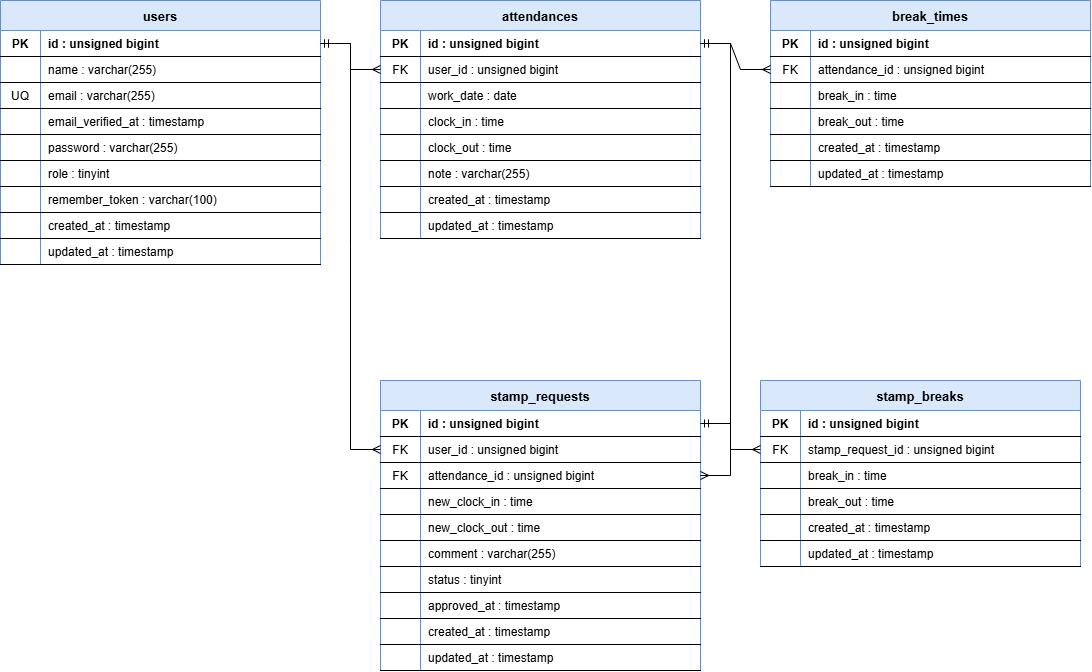
Before: er_diagram.drawio.png, a diagram exported from draw.io (phatnguyen-1998/attendance-app). Source tidied: cells renumbered, new cells last; positions are measured from the earlier drawing's top-left corner, leaving out a move shared by most shapes.
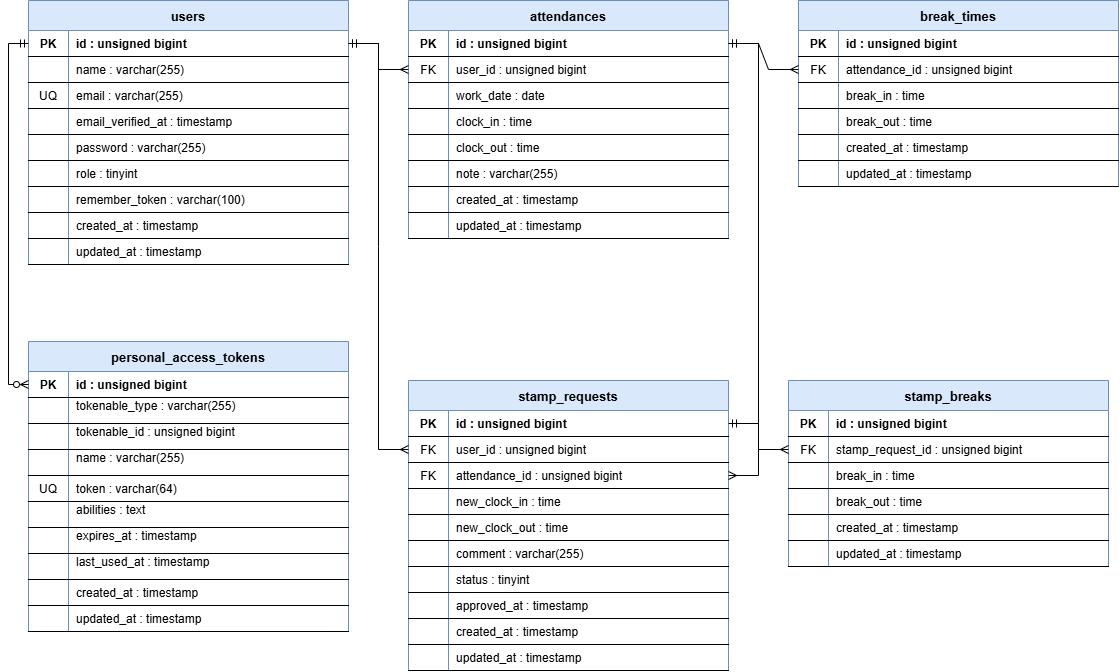
After the change.

Commit message:
docs: README を応用版に合わせて整備し、.env.example と ER図を更新

Change to the diagram source:
```diff
@@ -383,5 +383,101 @@
     <mxCell id="128" style="edgeStyle=entityRelationEdgeStyle;fontSize=12;html=1;endArrow=ERmany;startArrow=ERmandOne;endFill=0;startFill=0;rounded=0;" parent="1" edge="1" source="75" target="109">
       <mxGeometry relative="1" as="geometry" />
     </mxCell>
+    <mxCell id="129" value="personal_access_tokens" style="shape=table;startSize=30;rowLines=1;fontStyle=1;align=center;fillColor=#dae8fc;strokeColor=#6c8ebf;fontSize=13;" parent="1" vertex="1">
+      <mxGeometry y="341" width="320" height="290" as="geometry" />
+    </mxCell>
+    <mxCell id="130" style="shape=tableRow;horizontal=0;startSize=0;swimlaneHead=0;swimlaneBody=0;fillColor=none;points=[[0,0.5],[1,0.5]];portConstraint=eastwest;top=0;left=0;right=0;bottom=1;" parent="129" vertex="1">
+      <mxGeometry y="30" width="320" height="26" as="geometry" />
+    </mxCell>
+    <mxCell id="131" value="PK" style="shape=partialRectangle;fillColor=none;top=0;left=0;bottom=0;right=0;fontStyle=1;overflow=hidden;" parent="130" vertex="1">
+      <mxGeometry width="40" height="26" as="geometry" />
+    </mxCell>
+    <mxCell id="132" value="id : unsigned bigint" style="shape=partialRectangle;fillColor=none;top=0;left=0;bottom=0;right=0;align=left;spacingLeft=6;fontStyle=1;overflow=hidden;" parent="130" vertex="1">
+      <mxGeometry x="40" width="280" height="26" as="geometry" />
+    </mxCell>
+    <mxCell id="133" style="shape=tableRow;horizontal=0;startSize=0;swimlaneHead=0;swimlaneBody=0;fillColor=none;top=0;left=0;right=0;" parent="129" vertex="1">
+      <mxGeometry y="56" width="320" height="26" as="geometry" />
+    </mxCell>
+    <mxCell id="134" style="shape=partialRectangle;fillColor=none;top=0;left=0;bottom=0;right=0;overflow=hidden;" parent="133" vertex="1">
+      <mxGeometry width="40" height="26" as="geometry" />
+    </mxCell>
+    <mxCell id="135" value="    tokenable_type : varchar(255)&#10;" style="shape=partialRectangle;fillColor=none;top=0;left=0;bottom=0;right=0;align=left;spacingLeft=6;overflow=hidden;" parent="133" vertex="1">
+      <mxGeometry x="40" width="280" height="26" as="geometry" />
+    </mxCell>
+    <mxCell id="136" style="shape=tableRow;horizontal=0;startSize=0;swimlaneHead=0;swimlaneBody=0;fillColor=none;top=0;left=0;right=0;" parent="129" vertex="1">
+      <mxGeometry y="82" width="320" height="26" as="geometry" />
+    </mxCell>
+    <mxCell id="137" style="shape=partialRectangle;fillColor=none;top=0;left=0;bottom=0;right=0;overflow=hidden;" parent="136" vertex="1">
+      <mxGeometry width="40" height="26" as="geometry" />
+    </mxCell>
+    <mxCell id="138" value="    tokenable_id : unsigned bigint&#10;" style="shape=partialRectangle;fillColor=none;top=0;left=0;bottom=0;right=0;align=left;spacingLeft=6;overflow=hidden;" parent="136" vertex="1">
+      <mxGeometry x="40" width="280" height="26" as="geometry" />
+    </mxCell>
+    <mxCell id="139" style="shape=tableRow;horizontal=0;startSize=0;swimlaneHead=0;swimlaneBody=0;fillColor=none;top=0;left=0;right=0;" parent="129" vertex="1">
+      <mxGeometry y="108" width="320" height="26" as="geometry" />
+    </mxCell>
+    <mxCell id="140" style="shape=partialRectangle;fillColor=none;top=0;left=0;bottom=0;right=0;overflow=hidden;" parent="139" vertex="1">
+      <mxGeometry width="40" height="26" as="geometry" />
+    </mxCell>
+    <mxCell id="141" value="    name : varchar(255)&#10;" style="shape=partialRectangle;fillColor=none;top=0;left=0;bottom=0;right=0;align=left;spacingLeft=6;overflow=hidden;" parent="139" vertex="1">
+      <mxGeometry x="40" width="280" height="26" as="geometry" />
+    </mxCell>
+    <mxCell id="142" style="shape=tableRow;horizontal=0;startSize=0;swimlaneHead=0;swimlaneBody=0;fillColor=none;top=0;left=0;right=0;" parent="129" vertex="1">
+      <mxGeometry y="134" width="320" height="26" as="geometry" />
+    </mxCell>
+    <mxCell id="143" value="UQ" style="shape=partialRectangle;fillColor=none;top=0;left=0;bottom=0;right=0;overflow=hidden;" parent="142" vertex="1">
+      <mxGeometry width="40" height="26" as="geometry" />
+    </mxCell>
+    <mxCell id="144" value="token : varchar(64)" style="shape=partialRectangle;fillColor=none;top=0;left=0;bottom=0;right=0;align=left;spacingLeft=6;overflow=hidden;" parent="142" vertex="1">
+      <mxGeometry x="40" width="280" height="26" as="geometry" />
+    </mxCell>
+    <mxCell id="145" style="shape=tableRow;horizontal=0;startSize=0;swimlaneHead=0;swimlaneBody=0;fillColor=none;top=0;left=0;right=0;" parent="129" vertex="1">
+      <mxGeometry y="160" width="320" height="26" as="geometry" />
+    </mxCell>
+    <mxCell id="146" style="shape=partialRectangle;fillColor=none;top=0;left=0;bottom=0;right=0;overflow=hidden;" parent="145" vertex="1">
+      <mxGeometry width="40" height="26" as="geometry" />
+    </mxCell>
+    <mxCell id="147" value="    abilities : text&#10;" style="shape=partialRectangle;fillColor=none;top=0;left=0;bottom=0;right=0;align=left;spacingLeft=6;overflow=hidden;" parent="145" vertex="1">
+      <mxGeometry x="40" width="280" height="26" as="geometry" />
+    </mxCell>
+    <mxCell id="148" style="shape=tableRow;horizontal=0;startSize=0;swimlaneHead=0;swimlaneBody=0;fillColor=none;top=0;left=0;right=0;" parent="129" vertex="1">
+      <mxGeometry y="186" width="320" height="26" as="geometry" />
+    </mxCell>
+    <mxCell id="149" style="shape=partialRectangle;fillColor=none;top=0;left=0;bottom=0;right=0;overflow=hidden;" parent="148" vertex="1">
+      <mxGeometry width="40" height="26" as="geometry" />
+    </mxCell>
+    <mxCell id="150" value="    expires_at : timestamp&#10;" style="shape=partialRectangle;fillColor=none;top=0;left=0;bottom=0;right=0;align=left;spacingLeft=6;overflow=hidden;" parent="148" vertex="1">
+      <mxGeometry x="40" width="280" height="26" as="geometry" />
+    </mxCell>
+    <mxCell id="151" style="shape=tableRow;horizontal=0;startSize=0;swimlaneHead=0;swimlaneBody=0;fillColor=none;top=0;left=0;right=0;" parent="129" vertex="1">
+      <mxGeometry y="212" width="320" height="26" as="geometry" />
+    </mxCell>
+    <mxCell id="152" style="shape=partialRectangle;fillColor=none;top=0;left=0;bottom=0;right=0;overflow=hidden;" parent="151" vertex="1">
+      <mxGeometry width="40" height="26" as="geometry" />
+    </mxCell>
+    <mxCell id="153" value="    last_used_at : timestamp&#10;" style="shape=partialRectangle;fillColor=none;top=0;left=0;bottom=0;right=0;align=left;spacingLeft=6;overflow=hidden;" parent="151" vertex="1">
+      <mxGeometry x="40" width="280" height="26" as="geometry" />
+    </mxCell>
+    <mxCell id="154" style="shape=tableRow;horizontal=0;startSize=0;swimlaneHead=0;swimlaneBody=0;fillColor=none;top=0;left=0;right=0;" parent="129" vertex="1">
+      <mxGeometry y="238" width="320" height="26" as="geometry" />
+    </mxCell>
+    <mxCell id="155" style="shape=partialRectangle;fillColor=none;top=0;left=0;bottom=0;right=0;overflow=hidden;" parent="154" vertex="1">
+      <mxGeometry width="40" height="26" as="geometry" />
+    </mxCell>
+    <mxCell id="156" value="created_at : timestamp" style="shape=partialRectangle;fillColor=none;top=0;left=0;bottom=0;right=0;align=left;spacingLeft=6;overflow=hidden;" parent="154" vertex="1">
+      <mxGeometry x="40" width="280" height="26" as="geometry" />
+    </mxCell>
+    <mxCell id="157" style="shape=tableRow;horizontal=0;startSize=0;swimlaneHead=0;swimlaneBody=0;fillColor=none;top=0;left=0;right=0;" parent="129" vertex="1">
+      <mxGeometry y="264" width="320" height="26" as="geometry" />
+    </mxCell>
+    <mxCell id="158" style="shape=partialRectangle;fillColor=none;top=0;left=0;bottom=0;right=0;overflow=hidden;" parent="157" vertex="1">
+      <mxGeometry width="40" height="26" as="geometry" />
+    </mxCell>
+    <mxCell id="159" value="updated_at : timestamp" style="shape=partialRectangle;fillColor=none;top=0;left=0;bottom=0;right=0;align=left;spacingLeft=6;overflow=hidden;" parent="157" vertex="1">
+      <mxGeometry x="40" width="280" height="26" as="geometry" />
+    </mxCell>
+    <mxCell id="160" style="edgeStyle=orthogonalEdgeStyle;rounded=0;jettySize=auto;html=1;entryX=0;entryY=0.5;entryDx=0;entryDy=0;defaultLabelBackgroundColor=page;labelPadding=0 4;endArrow=ERzeroToMany;endFill=0;startArrow=ERmandOne;startFill=0;" parent="1" edge="1" source="3" target="130">
+      <mxGeometry relative="1" as="geometry" />
+    </mxCell>
   </root>
 </mxGraphModel>
```
